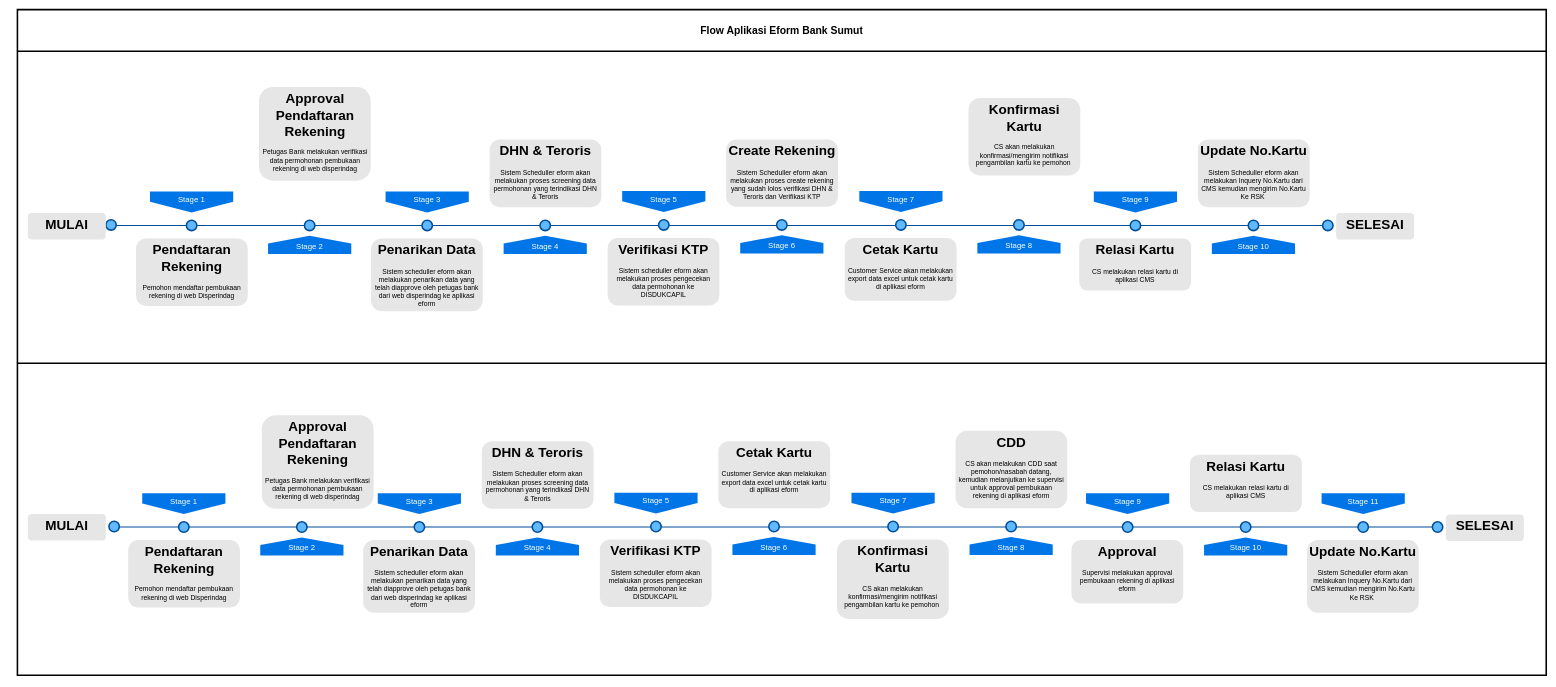
This is Diagram/Diagram Flow Eform V.1.0.2.drawio from frandachi/appdiagrams, a draw.io file, before an edit. Source tidied: cells renumbered, new cells numbered last; positions are measured from the earlier drawing's top-left corner, leaving out a move shared by most shapes. Both pictures are drawn from the tidied source at 52%, with x=0, y=0 at pixel (17, 9).
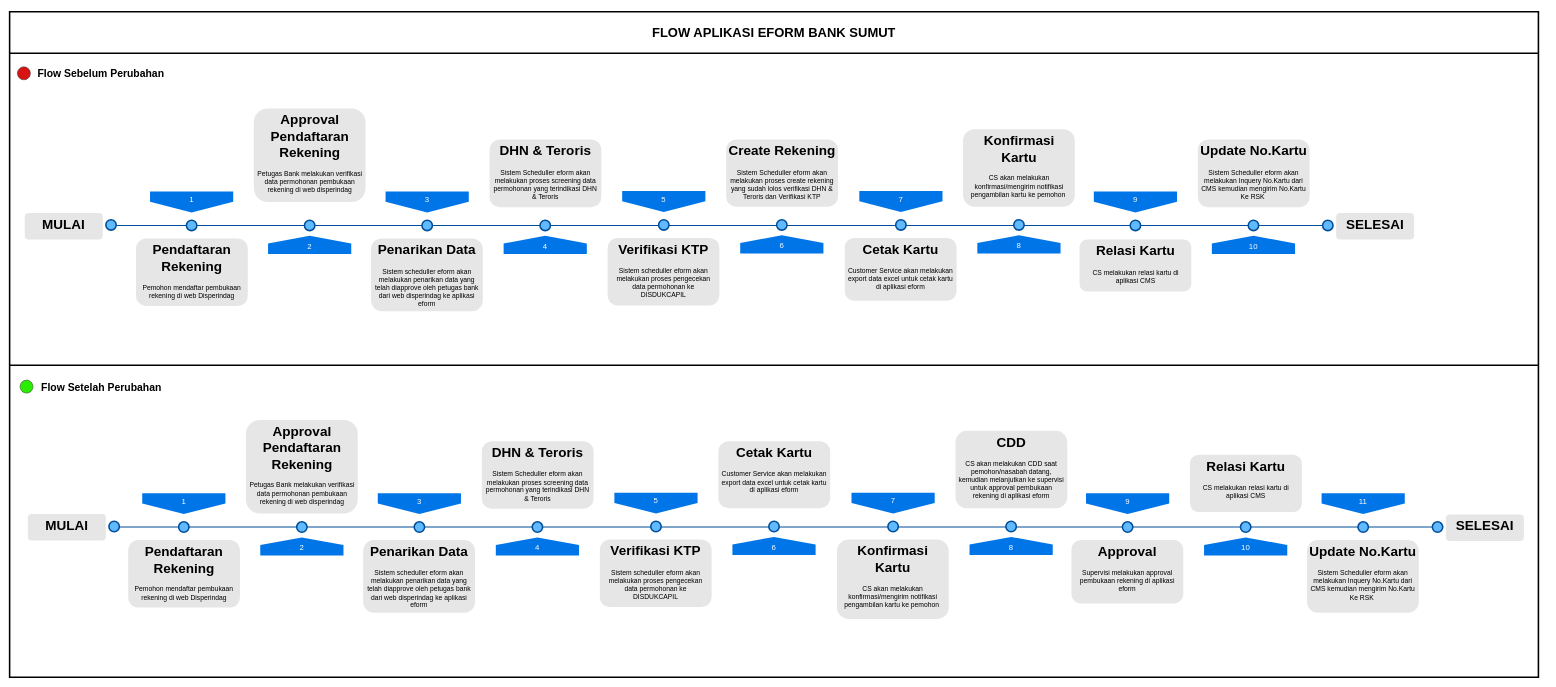
Above is the later version.

Unchanged cells that the change refers to:
```xml
<mxCell id="3" style="shape=tableRow;horizontal=0;startSize=0;swimlaneHead=0;swimlaneBody=0;strokeColor=inherit;top=0;left=0;bottom=0;right=0;fillColor=none;" parent="2" vertex="1">
  <mxGeometry width="2940" height="80" as="geometry" />
</mxCell>
```

The edit, as a diff of the source:
```diff
@@
     <mxCell id="2" style="shape=table;startSize=0;childLayout=tableLayout;gradientColor=none;swimlaneFillColor=none;strokeWidth=3;" parent="1" vertex="1">
-      <mxGeometry width="2940" height="1280" as="geometry" />
+      <mxGeometry x="-15" y="4" width="2940" height="1280" as="geometry" />
     </mxCell>
@@
-    <mxCell id="4" value="&lt;b&gt;&lt;font style=&quot;font-size: 20px;&quot;&gt;Flow Aplikasi Eform Bank Sumut&lt;/font&gt;&lt;/b&gt;" style="shape=partialRectangle;html=1;whiteSpace=wrap;strokeColor=inherit;overflow=hidden;fillColor=none;top=0;left=0;bottom=0;right=0;" parent="3" vertex="1">
+    <mxCell id="4" value="&lt;b&gt;&lt;font style=&quot;font-size: 25px;&quot;&gt;FLOW APLIKASI EFORM BANK SUMUT&lt;/font&gt;&lt;/b&gt;" style="shape=partialRectangle;html=1;whiteSpace=wrap;strokeColor=inherit;overflow=hidden;fillColor=none;top=0;left=0;bottom=0;right=0;" parent="3" vertex="1">
       <mxGeometry width="2940" height="80" as="geometry" />
     </mxCell>
@@
-    <mxCell id="10" value="Stage 1" style="shape=offPageConnector;whiteSpace=wrap;html=1;fillColor=#0075E8;fontSize=15;fontColor=#FFFFFF;size=0.5093750000000015;verticalAlign=top;strokeColor=none;" parent="1" vertex="1">
+    <mxCell id="10" value="1" style="shape=offPageConnector;whiteSpace=wrap;html=1;fillColor=#0075E8;fontSize=15;fontColor=#FFFFFF;size=0.5093750000000015;verticalAlign=top;strokeColor=none;" parent="1" vertex="1">
       <mxGeometry x="255" y="350" width="160" height="40" as="geometry" />
     </mxCell>
-    <mxCell id="11" value="&lt;span&gt;Stage 3&lt;/span&gt;" style="shape=offPageConnector;whiteSpace=wrap;html=1;fillColor=#0075E8;fontSize=15;fontColor=#FFFFFF;size=0.5093750000000015;verticalAlign=top;strokeColor=none;" parent="1" vertex="1">
+    <mxCell id="11" value="&lt;span&gt;3&lt;/span&gt;" style="shape=offPageConnector;whiteSpace=wrap;html=1;fillColor=#0075E8;fontSize=15;fontColor=#FFFFFF;size=0.5093750000000015;verticalAlign=top;strokeColor=none;" parent="1" vertex="1">
       <mxGeometry x="708" y="350" width="160" height="40" as="geometry" />
     </mxCell>
-    <mxCell id="12" value="&lt;span&gt;Stage 2&lt;/span&gt;" style="shape=offPageConnector;whiteSpace=wrap;html=1;fillColor=#0075E8;fontSize=15;fontColor=#FFFFFF;size=0.4178571428571445;flipV=1;verticalAlign=bottom;strokeColor=none;spacingBottom=4;" parent="1" vertex="1">
+    <mxCell id="12" value="2" style="shape=offPageConnector;whiteSpace=wrap;html=1;fillColor=#0075E8;fontSize=15;fontColor=#FFFFFF;size=0.4178571428571445;flipV=1;verticalAlign=bottom;strokeColor=none;spacingBottom=4;" parent="1" vertex="1">
       <mxGeometry x="482" y="435" width="160" height="35" as="geometry" />
     </mxCell>
-    <mxCell id="13" value="&lt;span&gt;Stage 4&lt;/span&gt;" style="shape=offPageConnector;whiteSpace=wrap;html=1;fillColor=#0075E8;fontSize=15;fontColor=#FFFFFF;size=0.4178571428571445;flipV=1;verticalAlign=bottom;strokeColor=none;spacingBottom=4;" parent="1" vertex="1">
+    <mxCell id="13" value="&lt;span&gt;4&lt;/span&gt;" style="shape=offPageConnector;whiteSpace=wrap;html=1;fillColor=#0075E8;fontSize=15;fontColor=#FFFFFF;size=0.4178571428571445;flipV=1;verticalAlign=bottom;strokeColor=none;spacingBottom=4;" parent="1" vertex="1">
       <mxGeometry x="935" y="435" width="160" height="35" as="geometry" />
     </mxCell>
@@
     <mxCell id="19" value="&lt;h1&gt;Approval Pendaftaran Rekening&lt;/h1&gt;&lt;p&gt;Petugas Bank melakukan verifikasi data permohonan pembukaan rekening di web disperindag&lt;/p&gt;" style="text;html=1;spacing=5;spacingTop=-20;whiteSpace=wrap;overflow=hidden;strokeColor=none;strokeWidth=3;fillColor=#E6E6E6;fontSize=13;fontColor=#000000;align=center;rounded=1;" parent="1" vertex="1">
-      <mxGeometry x="464.5" y="149" width="215" height="180" as="geometry" />
+      <mxGeometry x="454.5" y="190" width="215" height="180" as="geometry" />
     </mxCell>
@@
-    <mxCell id="22" value="&lt;span&gt;Stage 5&lt;/span&gt;" style="shape=offPageConnector;whiteSpace=wrap;html=1;fillColor=#0075E8;fontSize=15;fontColor=#FFFFFF;size=0.5093750000000015;verticalAlign=top;strokeColor=none;" parent="1" vertex="1">
+    <mxCell id="22" value="&lt;span&gt;5&lt;/span&gt;" style="shape=offPageConnector;whiteSpace=wrap;html=1;fillColor=#0075E8;fontSize=15;fontColor=#FFFFFF;size=0.5093750000000015;verticalAlign=top;strokeColor=none;" parent="1" vertex="1">
       <mxGeometry x="1163" y="349" width="160" height="40" as="geometry" />
     </mxCell>
-    <mxCell id="23" value="&lt;span&gt;Stage 6&lt;/span&gt;" style="shape=offPageConnector;whiteSpace=wrap;html=1;fillColor=#0075E8;fontSize=15;fontColor=#FFFFFF;size=0.4178571428571445;flipV=1;verticalAlign=bottom;strokeColor=none;spacingBottom=4;" parent="1" vertex="1">
+    <mxCell id="23" value="&lt;span&gt;6&lt;/span&gt;" style="shape=offPageConnector;whiteSpace=wrap;html=1;fillColor=#0075E8;fontSize=15;fontColor=#FFFFFF;size=0.4178571428571445;flipV=1;verticalAlign=bottom;strokeColor=none;spacingBottom=4;" parent="1" vertex="1">
       <mxGeometry x="1390" y="434" width="160" height="35" as="geometry" />
     </mxCell>
@@
-    <mxCell id="28" value="&lt;span&gt;Stage 7&lt;/span&gt;" style="shape=offPageConnector;whiteSpace=wrap;html=1;fillColor=#0075E8;fontSize=15;fontColor=#FFFFFF;size=0.5093750000000015;verticalAlign=top;strokeColor=none;" parent="1" vertex="1">
+    <mxCell id="28" value="&lt;span&gt;7&lt;/span&gt;" style="shape=offPageConnector;whiteSpace=wrap;html=1;fillColor=#0075E8;fontSize=15;fontColor=#FFFFFF;size=0.5093750000000015;verticalAlign=top;strokeColor=none;" parent="1" vertex="1">
       <mxGeometry x="1619" y="349" width="160" height="40" as="geometry" />
     </mxCell>
-    <mxCell id="29" value="&lt;span&gt;Stage 8&lt;/span&gt;" style="shape=offPageConnector;whiteSpace=wrap;html=1;fillColor=#0075E8;fontSize=15;fontColor=#FFFFFF;size=0.4178571428571445;flipV=1;verticalAlign=bottom;strokeColor=none;spacingBottom=4;" parent="1" vertex="1">
+    <mxCell id="29" value="&lt;span&gt;8&lt;/span&gt;" style="shape=offPageConnector;whiteSpace=wrap;html=1;fillColor=#0075E8;fontSize=15;fontColor=#FFFFFF;size=0.4178571428571445;flipV=1;verticalAlign=bottom;strokeColor=none;spacingBottom=4;" parent="1" vertex="1">
       <mxGeometry x="1846" y="434" width="160" height="35" as="geometry" />
     </mxCell>
@@
     <mxCell id="33" value="&lt;h1&gt;Konfirmasi Kartu&lt;/h1&gt;&lt;p&gt;CS akan melakukan konfirmasi/mengirim notifikasi pengambilan kartu ke pemohon&amp;nbsp;&lt;/p&gt;" style="text;html=1;spacing=5;spacingTop=-20;whiteSpace=wrap;overflow=hidden;strokeColor=none;strokeWidth=3;fillColor=#E6E6E6;fontSize=13;fontColor=#000000;align=center;rounded=1;" parent="1" vertex="1">
-      <mxGeometry x="1829" y="170" width="215" height="149" as="geometry" />
+      <mxGeometry x="1818.5" y="230" width="215" height="149" as="geometry" />
     </mxCell>
-    <mxCell id="34" value="&lt;span&gt;Stage 9&lt;/span&gt;" style="shape=offPageConnector;whiteSpace=wrap;html=1;fillColor=#0075E8;fontSize=15;fontColor=#FFFFFF;size=0.5093750000000015;verticalAlign=top;strokeColor=none;" parent="1" vertex="1">
+    <mxCell id="34" value="&lt;span&gt;9&lt;/span&gt;" style="shape=offPageConnector;whiteSpace=wrap;html=1;fillColor=#0075E8;fontSize=15;fontColor=#FFFFFF;size=0.5093750000000015;verticalAlign=top;strokeColor=none;" parent="1" vertex="1">
       <mxGeometry x="2070" y="350" width="160" height="40" as="geometry" />
     </mxCell>
-    <mxCell id="35" value="&lt;span&gt;Stage 10&lt;/span&gt;" style="shape=offPageConnector;whiteSpace=wrap;html=1;fillColor=#0075E8;fontSize=15;fontColor=#FFFFFF;size=0.4178571428571445;flipV=1;verticalAlign=bottom;strokeColor=none;spacingBottom=4;" parent="1" vertex="1">
+    <mxCell id="35" value="&lt;span&gt;10&lt;/span&gt;" style="shape=offPageConnector;whiteSpace=wrap;html=1;fillColor=#0075E8;fontSize=15;fontColor=#FFFFFF;size=0.4178571428571445;flipV=1;verticalAlign=bottom;strokeColor=none;spacingBottom=4;" parent="1" vertex="1">
       <mxGeometry x="2297" y="435" width="160" height="35" as="geometry" />
     </mxCell>
@@
     <mxCell id="38" value="&lt;h1&gt;&amp;nbsp;Relasi Kartu&amp;nbsp;&lt;/h1&gt;&lt;p&gt;CS melakukan relasi kartu di aplikasi CMS&lt;/p&gt;" style="text;html=1;spacing=5;spacingTop=-20;whiteSpace=wrap;overflow=hidden;strokeColor=none;strokeWidth=3;fillColor=#E6E6E6;fontSize=13;fontColor=#000000;align=center;rounded=1;" parent="1" vertex="1">
-      <mxGeometry x="2042" y="440" width="215" height="100" as="geometry" />
+      <mxGeometry x="2042.5" y="442" width="215" height="100" as="geometry" />
     </mxCell>
@@
-    <mxCell id="44" value="Stage 1" style="shape=offPageConnector;whiteSpace=wrap;html=1;fillColor=#0075E8;fontSize=15;fontColor=#FFFFFF;size=0.5093750000000015;verticalAlign=top;strokeColor=none;" parent="1" vertex="1">
+    <mxCell id="44" value="1" style="shape=offPageConnector;whiteSpace=wrap;html=1;fillColor=#0075E8;fontSize=15;fontColor=#FFFFFF;size=0.5093750000000015;verticalAlign=top;strokeColor=none;" parent="1" vertex="1">
       <mxGeometry x="240" y="930" width="160" height="40" as="geometry" />
     </mxCell>
-    <mxCell id="45" value="&lt;span&gt;Stage 3&lt;/span&gt;" style="shape=offPageConnector;whiteSpace=wrap;html=1;fillColor=#0075E8;fontSize=15;fontColor=#FFFFFF;size=0.5093750000000015;verticalAlign=top;strokeColor=none;" parent="1" vertex="1">
+    <mxCell id="45" value="&lt;span&gt;3&lt;/span&gt;" style="shape=offPageConnector;whiteSpace=wrap;html=1;fillColor=#0075E8;fontSize=15;fontColor=#FFFFFF;size=0.5093750000000015;verticalAlign=top;strokeColor=none;" parent="1" vertex="1">
       <mxGeometry x="693" y="930" width="160" height="40" as="geometry" />
     </mxCell>
-    <mxCell id="46" value="&lt;span&gt;Stage 2&lt;/span&gt;" style="shape=offPageConnector;whiteSpace=wrap;html=1;fillColor=#0075E8;fontSize=15;fontColor=#FFFFFF;size=0.4178571428571445;flipV=1;verticalAlign=bottom;strokeColor=none;spacingBottom=4;" parent="1" vertex="1">
+    <mxCell id="46" value="&lt;span&gt;2&lt;/span&gt;" style="shape=offPageConnector;whiteSpace=wrap;html=1;fillColor=#0075E8;fontSize=15;fontColor=#FFFFFF;size=0.4178571428571445;flipV=1;verticalAlign=bottom;strokeColor=none;spacingBottom=4;" parent="1" vertex="1">
       <mxGeometry x="467" y="1015" width="160" height="35" as="geometry" />
     </mxCell>
-    <mxCell id="47" value="&lt;span&gt;Stage 4&lt;/span&gt;" style="shape=offPageConnector;whiteSpace=wrap;html=1;fillColor=#0075E8;fontSize=15;fontColor=#FFFFFF;size=0.4178571428571445;flipV=1;verticalAlign=bottom;strokeColor=none;spacingBottom=4;" parent="1" vertex="1">
+    <mxCell id="47" value="&lt;span&gt;4&lt;/span&gt;" style="shape=offPageConnector;whiteSpace=wrap;html=1;fillColor=#0075E8;fontSize=15;fontColor=#FFFFFF;size=0.4178571428571445;flipV=1;verticalAlign=bottom;strokeColor=none;spacingBottom=4;" parent="1" vertex="1">
       <mxGeometry x="920" y="1015" width="160" height="35" as="geometry" />
     </mxCell>
@@
     <mxCell id="53" value="&lt;h1&gt;Approval Pendaftaran Rekening&lt;/h1&gt;&lt;p&gt;Petugas Bank melakukan verifikasi data permohonan pembukaan rekening di web disperindag&lt;/p&gt;" style="text;html=1;spacing=5;spacingTop=-20;whiteSpace=wrap;overflow=hidden;strokeColor=none;strokeWidth=3;fillColor=#E6E6E6;fontSize=13;fontColor=#000000;align=center;rounded=1;" parent="1" vertex="1">
-      <mxGeometry x="470" y="780" width="215" height="180" as="geometry" />
+      <mxGeometry x="439.5" y="789" width="215" height="180" as="geometry" />
     </mxCell>
@@
-    <mxCell id="56" value="&lt;span&gt;Stage 5&lt;/span&gt;" style="shape=offPageConnector;whiteSpace=wrap;html=1;fillColor=#0075E8;fontSize=15;fontColor=#FFFFFF;size=0.5093750000000015;verticalAlign=top;strokeColor=none;" parent="1" vertex="1">
+    <mxCell id="56" value="&lt;span&gt;5&lt;/span&gt;" style="shape=offPageConnector;whiteSpace=wrap;html=1;fillColor=#0075E8;fontSize=15;fontColor=#FFFFFF;size=0.5093750000000015;verticalAlign=top;strokeColor=none;" parent="1" vertex="1">
       <mxGeometry x="1148" y="929" width="160" height="40" as="geometry" />
     </mxCell>
-    <mxCell id="57" value="&lt;span&gt;Stage 6&lt;/span&gt;" style="shape=offPageConnector;whiteSpace=wrap;html=1;fillColor=#0075E8;fontSize=15;fontColor=#FFFFFF;size=0.4178571428571445;flipV=1;verticalAlign=bottom;strokeColor=none;spacingBottom=4;" parent="1" vertex="1">
+    <mxCell id="57" value="&lt;span&gt;6&lt;/span&gt;" style="shape=offPageConnector;whiteSpace=wrap;html=1;fillColor=#0075E8;fontSize=15;fontColor=#FFFFFF;size=0.4178571428571445;flipV=1;verticalAlign=bottom;strokeColor=none;spacingBottom=4;" parent="1" vertex="1">
       <mxGeometry x="1375" y="1014" width="160" height="35" as="geometry" />
     </mxCell>
@@
-    <mxCell id="62" value="&lt;span&gt;Stage 7&lt;/span&gt;" style="shape=offPageConnector;whiteSpace=wrap;html=1;fillColor=#0075E8;fontSize=15;fontColor=#FFFFFF;size=0.5093750000000015;verticalAlign=top;strokeColor=none;" parent="1" vertex="1">
+    <mxCell id="62" value="&lt;span&gt;7&lt;/span&gt;" style="shape=offPageConnector;whiteSpace=wrap;html=1;fillColor=#0075E8;fontSize=15;fontColor=#FFFFFF;size=0.5093750000000015;verticalAlign=top;strokeColor=none;" parent="1" vertex="1">
       <mxGeometry x="1604" y="929" width="160" height="40" as="geometry" />
     </mxCell>
-    <mxCell id="63" value="&lt;span&gt;Stage 8&lt;/span&gt;" style="shape=offPageConnector;whiteSpace=wrap;html=1;fillColor=#0075E8;fontSize=15;fontColor=#FFFFFF;size=0.4178571428571445;flipV=1;verticalAlign=bottom;strokeColor=none;spacingBottom=4;" parent="1" vertex="1">
+    <mxCell id="63" value="&lt;span&gt;8&lt;/span&gt;" style="shape=offPageConnector;whiteSpace=wrap;html=1;fillColor=#0075E8;fontSize=15;fontColor=#FFFFFF;size=0.4178571428571445;flipV=1;verticalAlign=bottom;strokeColor=none;spacingBottom=4;" parent="1" vertex="1">
       <mxGeometry x="1831" y="1014" width="160" height="35" as="geometry" />
     </mxCell>
@@
-    <mxCell id="68" value="&lt;span&gt;Stage 9&lt;/span&gt;" style="shape=offPageConnector;whiteSpace=wrap;html=1;fillColor=#0075E8;fontSize=15;fontColor=#FFFFFF;size=0.5093750000000015;verticalAlign=top;strokeColor=none;" parent="1" vertex="1">
+    <mxCell id="68" value="&lt;span&gt;9&lt;/span&gt;" style="shape=offPageConnector;whiteSpace=wrap;html=1;fillColor=#0075E8;fontSize=15;fontColor=#FFFFFF;size=0.5093750000000015;verticalAlign=top;strokeColor=none;" parent="1" vertex="1">
       <mxGeometry x="2055" y="930" width="160" height="40" as="geometry" />
     </mxCell>
-    <mxCell id="69" value="&lt;span&gt;Stage 10&lt;/span&gt;" style="shape=offPageConnector;whiteSpace=wrap;html=1;fillColor=#0075E8;fontSize=15;fontColor=#FFFFFF;size=0.4178571428571445;flipV=1;verticalAlign=bottom;strokeColor=none;spacingBottom=4;" parent="1" vertex="1">
+    <mxCell id="69" value="&lt;span&gt;10&lt;/span&gt;" style="shape=offPageConnector;whiteSpace=wrap;html=1;fillColor=#0075E8;fontSize=15;fontColor=#FFFFFF;size=0.4178571428571445;flipV=1;verticalAlign=bottom;strokeColor=none;spacingBottom=4;" parent="1" vertex="1">
       <mxGeometry x="2282" y="1015" width="160" height="35" as="geometry" />
     </mxCell>
@@
-    <mxCell id="75" value="&lt;span&gt;Stage 11&lt;/span&gt;" style="shape=offPageConnector;whiteSpace=wrap;html=1;fillColor=#0075E8;fontSize=15;fontColor=#FFFFFF;size=0.5093750000000015;verticalAlign=top;strokeColor=none;" parent="1" vertex="1">
+    <mxCell id="75" value="&lt;span&gt;11&lt;/span&gt;" style="shape=offPageConnector;whiteSpace=wrap;html=1;fillColor=#0075E8;fontSize=15;fontColor=#FFFFFF;size=0.5093750000000015;verticalAlign=top;strokeColor=none;" parent="1" vertex="1">
       <mxGeometry x="2508" y="930" width="160" height="40" as="geometry" />
     </mxCell>
@@
     <mxCell id="80" value="&lt;h1&gt;MULAI&lt;/h1&gt;&lt;div&gt;&lt;br&gt;&lt;/div&gt;" style="text;html=1;spacing=5;spacingTop=-20;whiteSpace=wrap;overflow=hidden;strokeColor=none;strokeWidth=3;fillColor=#E6E6E6;fontSize=13;fontColor=#000000;align=center;rounded=1;" parent="1" vertex="1">
-      <mxGeometry x="20" y="391" width="150" height="51" as="geometry" />
+      <mxGeometry x="14" y="391" width="150" height="51" as="geometry" />
     </mxCell>
@@
+    <mxCell id="82" style="ellipse;whiteSpace=wrap;html=1;fillColor=#d81313;strokeColor=#36393d;" parent="1" vertex="1">
+      <mxGeometry y="110" width="25" height="25" as="geometry" />
+    </mxCell>
+    <mxCell id="83" value="&lt;b&gt;&lt;font style=&quot;font-size: 20px;&quot;&gt;Flow Sebelum Perubahan&lt;/font&gt;&lt;/b&gt;" style="text;html=1;align=left;verticalAlign=middle;whiteSpace=wrap;rounded=0;" parent="1" vertex="1">
+      <mxGeometry x="37" y="107.5" width="323" height="30" as="geometry" />
+    </mxCell>
+    <mxCell id="84" style="ellipse;whiteSpace=wrap;html=1;fillColor=#2aed02;strokeColor=#36393d;" parent="1" vertex="1">
+      <mxGeometry x="5" y="712.5" width="25" height="25" as="geometry" />
+    </mxCell>
+    <mxCell id="85" value="&lt;b&gt;&lt;font style=&quot;font-size: 20px;&quot;&gt;Flow Setelah Perubahan&lt;/font&gt;&lt;/b&gt;" style="text;html=1;align=left;verticalAlign=middle;whiteSpace=wrap;rounded=0;" parent="1" vertex="1">
+      <mxGeometry x="44" y="710" width="376" height="30" as="geometry" />
+    </mxCell>
```
